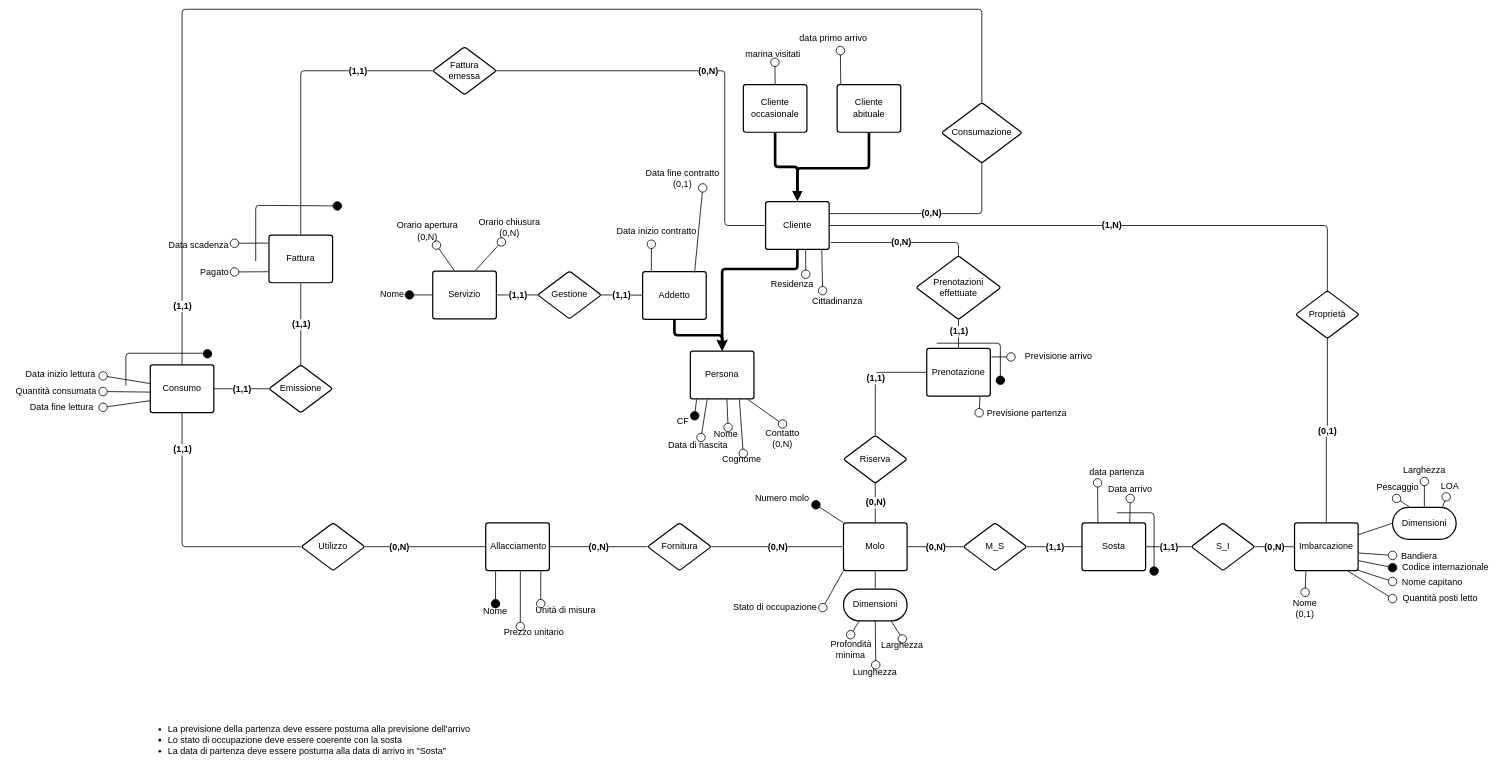
Before: page "Concettuale ridotto" (4 of 4) of src_relazione_tex/Er.drawio in alessandro-massarenti/Progetto-basi-di-dati-2022, a draw.io diagram. Source tidied: cells renumbered, new cells numbered last; positions are measured from the earlier drawing's top-left corner, leaving out a move shared by most shapes. Both pictures are drawn from the tidied source at 53%, with x=0, y=0 at pixel (9, 9).
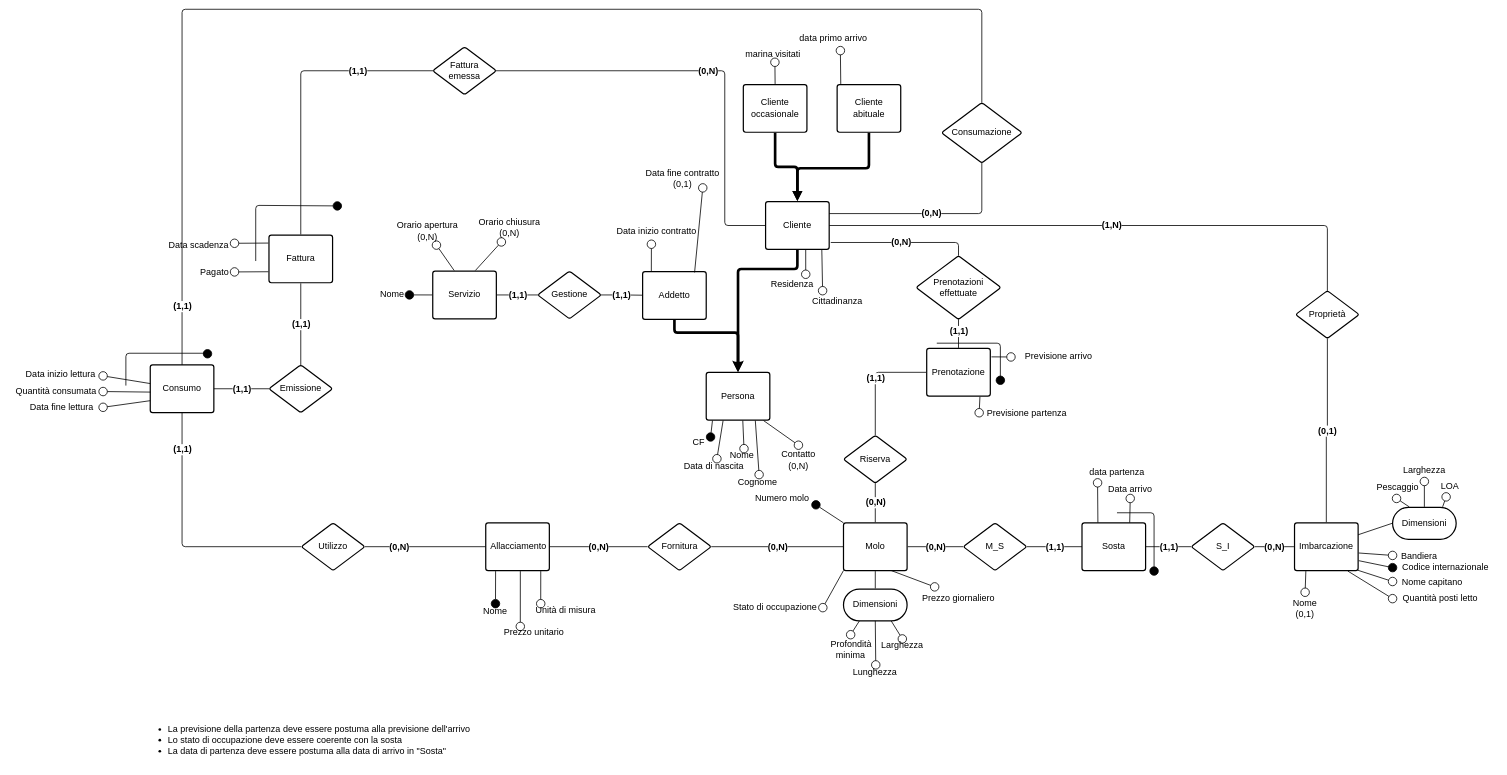
After the change.

Commit message (it also covers changes not shown here):
Aggiunto l'attributo "prezzo giornaliero" a molo

Unchanged cells that the change refers to:
```xml
<mxCell id="33" value="Molo" style="html=1;overflow=block;blockSpacing=1;whiteSpace=wrap;fontSize=17;fontColor=#000000;spacing=9;strokeColor=#000000;strokeOpacity=100;rounded=1;absoluteArcSize=1;arcSize=9;strokeWidth=2.3;" parent="1" vertex="1">
  <mxGeometry x="1574" y="969" width="120" height="90" as="geometry" />
</mxCell>
<mxCell id="36" value="Cliente" style="html=1;overflow=block;blockSpacing=1;whiteSpace=wrap;fontSize=17;fontColor=#000000;spacing=9;strokeColor=#000000;strokeOpacity=100;rounded=1;absoluteArcSize=1;arcSize=9;strokeWidth=2.3;" parent="1" vertex="1">
  <mxGeometry x="1427" y="363" width="120" height="90" as="geometry" />
</mxCell>
<mxCell id="37" value="Addetto" style="html=1;overflow=block;blockSpacing=1;whiteSpace=wrap;fontSize=17;fontColor=#000000;spacing=9;strokeColor=#000000;strokeOpacity=100;rounded=1;absoluteArcSize=1;arcSize=9;strokeWidth=2.3;" parent="1" vertex="1">
  <mxGeometry x="1195" y="495" width="120" height="90" as="geometry" />
</mxCell>
```

The edit, as a diff of the source:
```diff
@@
     <mxCell id="7" value="Contatto&#10;(0,N)" style="html=1;overflow=block;blockSpacing=1;whiteSpace=wrap;fontSize=17;fontColor=#000000;spacing=0;fillColor=none;strokeWidth=1.5;strokeColor=none;" parent="1" vertex="1">
-      <mxGeometry x="1420" y="782.5" width="78" height="57.5" as="geometry" />
+      <mxGeometry x="1450" y="822.5" width="78" height="57.5" as="geometry" />
     </mxCell>
@@
     <mxCell id="9" value="Cognome" style="html=1;overflow=block;blockSpacing=1;whiteSpace=wrap;fontSize=17;fontColor=#000000;spacing=0;fillColor=none;strokeWidth=1.5;strokeColor=none;" parent="1" vertex="1">
-      <mxGeometry x="1337" y="838" width="90" height="22" as="geometry" />
+      <mxGeometry x="1367" y="878" width="90" height="32" as="geometry" />
     </mxCell>
@@
     <mxCell id="16" value="CF" style="html=1;overflow=block;blockSpacing=1;whiteSpace=wrap;fontSize=17;fontColor=#000000;spacing=0;fillColor=none;strokeWidth=1.5;strokeColor=none;" parent="1" vertex="1">
-      <mxGeometry x="1238" y="767" width="65.5" height="22" as="geometry" />
+      <mxGeometry x="1268" y="807" width="65.5" height="22" as="geometry" />
     </mxCell>
@@
     <mxCell id="25" value="Nome" style="html=1;overflow=block;blockSpacing=1;whiteSpace=wrap;fontSize=17;fontColor=#000000;spacing=0;fillColor=none;strokeWidth=1.5;strokeColor=none;" parent="1" vertex="1">
-      <mxGeometry x="1320" y="789" width="65" height="27" as="geometry" />
+      <mxGeometry x="1350" y="829" width="65" height="27" as="geometry" />
     </mxCell>
@@
     <mxCell id="27" value="Data di nascita" style="html=1;overflow=block;blockSpacing=1;whiteSpace=wrap;fontSize=17;fontColor=#000000;spacing=0;fillColor=none;strokeWidth=1.5;strokeColor=none;" parent="1" vertex="1">
-      <mxGeometry x="1238" y="808" width="123" height="30" as="geometry" />
+      <mxGeometry x="1268" y="848" width="123" height="30" as="geometry" />
     </mxCell>
@@
     <mxCell id="39" value="Persona" style="html=1;overflow=block;blockSpacing=1;whiteSpace=wrap;fontSize=17;fontColor=#000000;spacing=9;strokeColor=#000000;strokeOpacity=100;rounded=1;absoluteArcSize=1;arcSize=9;strokeWidth=2.3;" parent="1" vertex="1">
-      <mxGeometry x="1285" y="645" width="120" height="90" as="geometry" />
+      <mxGeometry x="1315" y="685" width="120" height="90" as="geometry" />
     </mxCell>
     <mxCell id="40" style="html=1;jettySize=18;whiteSpace=wrap;fontSize=17;strokeColor=#000000;strokeWidth=5;rounded=1;arcSize=12;edgeStyle=orthogonalEdgeStyle;startArrow=none;endArrow=classic;exitX=0.5;exitY=1.012;exitPerimeter=0;endFill=1;entryX=0.5;entryY=0;entryDx=0;entryDy=0;" parent="1" edge="1" source="37" target="39">
-      <mxGeometry relative="1" as="geometry" />
+      <mxGeometry relative="1" as="geometry">
+        <Array as="points">
+          <mxPoint x="1255" y="610" />
+          <mxPoint x="1375" y="610" />
+        </Array>
+      </mxGeometry>
     </mxCell>
     <mxCell id="41" style="html=1;jettySize=18;whiteSpace=wrap;fontSize=17;strokeColor=#000000;strokeWidth=5;rounded=1;arcSize=12;edgeStyle=orthogonalEdgeStyle;startArrow=none;endArrow=block;endFill=1;exitX=0.5;exitY=1.012;exitPerimeter=0;entryX=0.5;entryY=-0.012;entryPerimeter=0;" parent="1" edge="1" source="36" target="39">
       <mxGeometry relative="1" as="geometry">
         <Array as="points">
           <mxPoint x="1487" y="490" />
-          <mxPoint x="1345" y="490" />
+          <mxPoint x="1375" y="490" />
         </Array>
       </mxGeometry>
     </mxCell>
@@
+    <mxCell id="161" value="Prezzo giornaliero" style="html=1;overflow=block;blockSpacing=1;whiteSpace=wrap;fontSize=17;fontColor=#000000;spacing=0;fillColor=none;strokeWidth=1.5;strokeColor=none;" parent="1" vertex="1">
+      <mxGeometry x="1701" y="1089.8" width="180" height="44.5" as="geometry" />
+    </mxCell>
+    <mxCell id="162" style="html=1;jettySize=18;whiteSpace=wrap;fontSize=17;strokeColor=#000000;strokeWidth=1.5;rounded=1;arcSize=12;startArrow=none;endArrow=oval;endFill=0;endSize=16;entryX=0.25;entryY=0;entryDx=0;entryDy=0;exitX=0.75;exitY=1;exitDx=0;exitDy=0;" parent="1" edge="1" source="33" target="161">
+      <mxGeometry relative="1" as="geometry" />
+    </mxCell>
```
